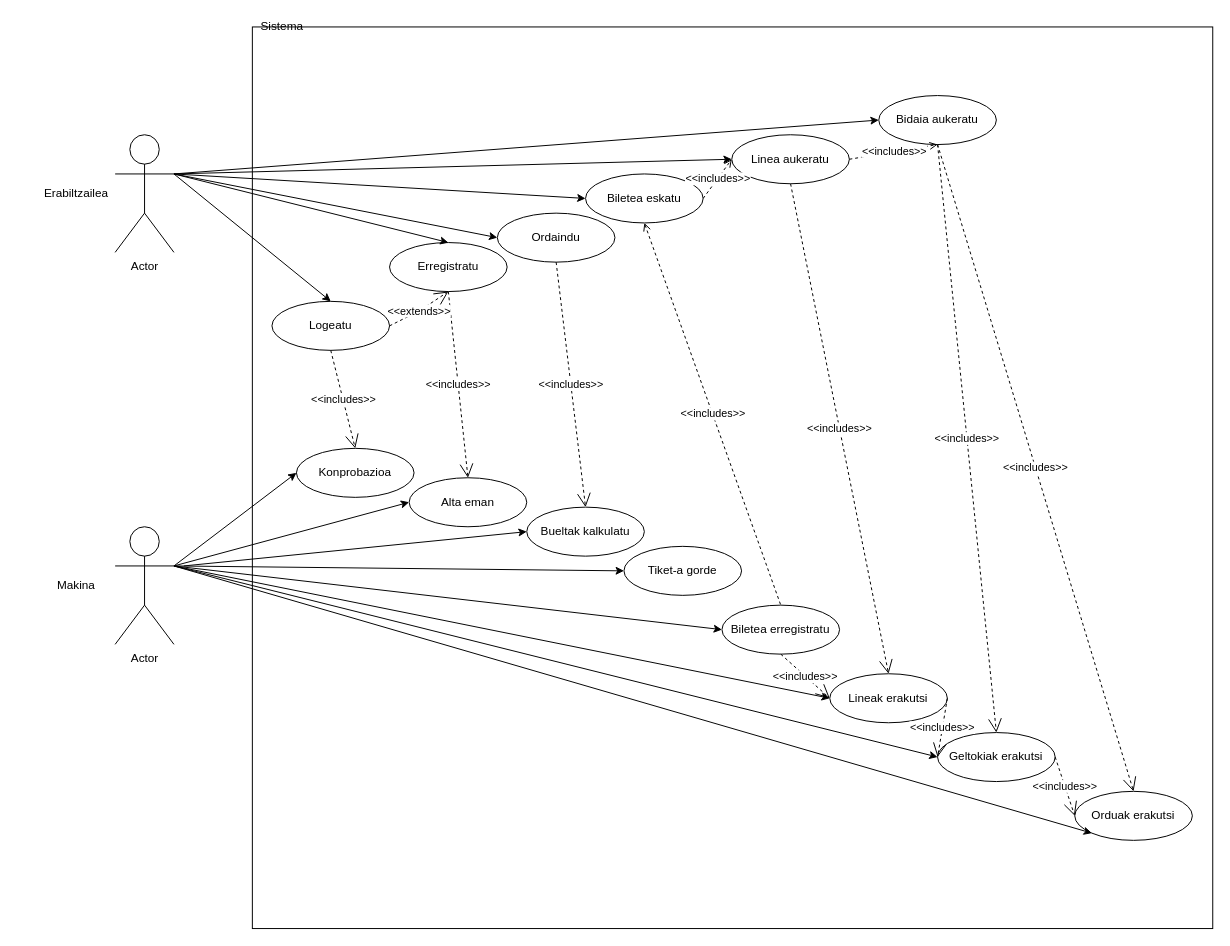
Earlier version of the draw.io diagram Documentacion/Garapen inguruneak/erabileraKasuak/erabili_kasua.drawio (PetaldoiPorramador/ErronkaBus). Source tidied: cells renumbered, new cells numbered last; positions are measured from the earlier drawing's top-left corner, leaving out a move shared by most shapes. Both pictures are drawn from the tidied source at 98%, with x=0, y=0 at pixel (36, 17).
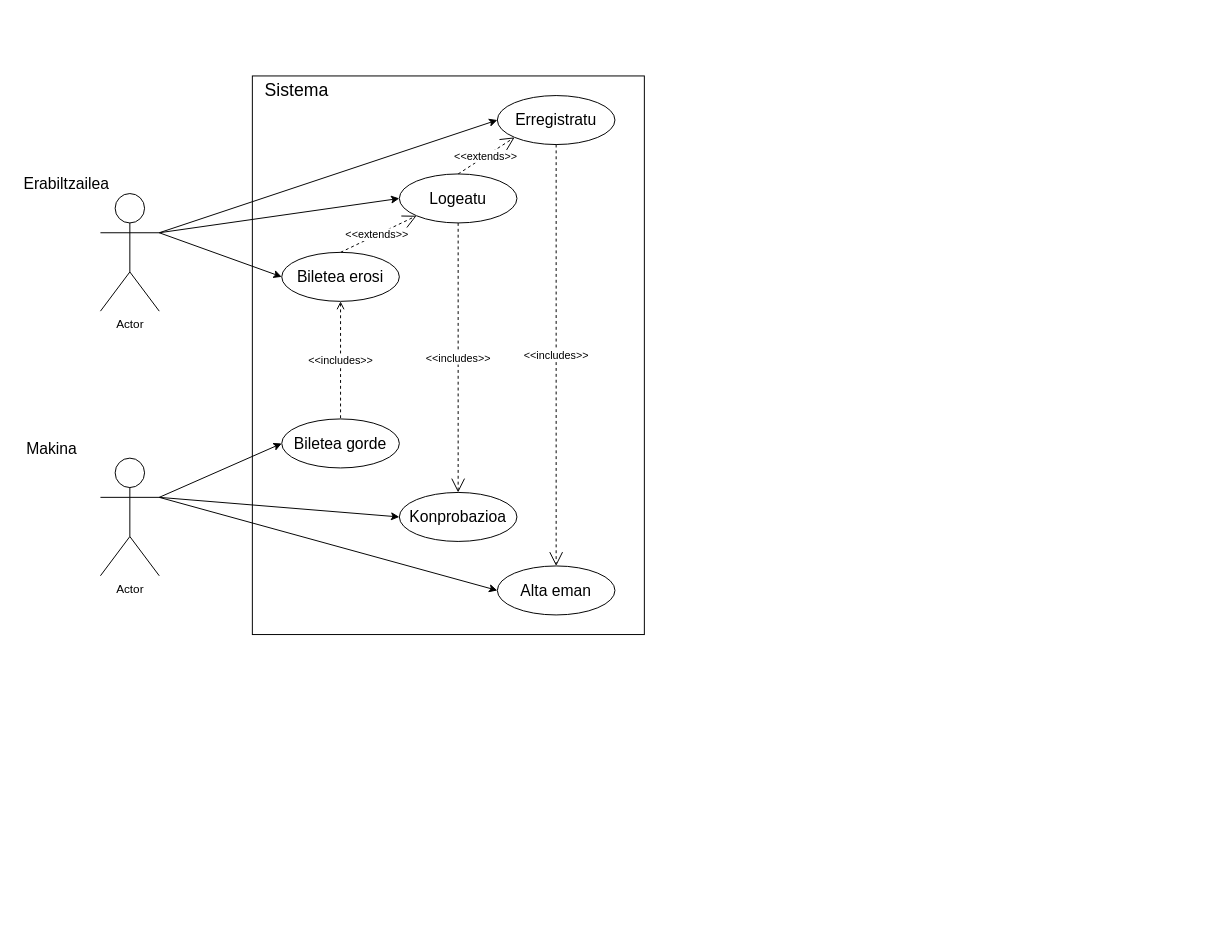
The same diagram, later.

Diff of the diagram source:
```diff
@@
     <mxCell id="2" style="rounded=0;whiteSpace=wrap;html=1;" parent="1" vertex="1">
-      <mxGeometry x="220" y="10" width="980" height="920" as="geometry" />
+      <mxGeometry x="220" y="60" width="400" height="570" as="geometry" />
     </mxCell>
     <mxCell id="3" value="Actor" style="shape=umlActor;verticalLabelPosition=bottom;verticalAlign=top;html=1;outlineConnect=0;" parent="1" vertex="1">
-      <mxGeometry x="80" y="120" width="60" height="120" as="geometry" />
+      <mxGeometry x="65" y="180" width="60" height="120" as="geometry" />
     </mxCell>
-    <mxCell id="4" value="Biletea eskatu" style="ellipse;whiteSpace=wrap;html=1;" parent="1" vertex="1">
-      <mxGeometry x="560" y="160" width="120" height="50" as="geometry" />
+    <mxCell id="4" value="&lt;font style=&quot;font-size: 16px&quot;&gt;Biletea erosi&lt;/font&gt;" style="ellipse;whiteSpace=wrap;html=1;" parent="1" vertex="1">
+      <mxGeometry x="250" y="240" width="120" height="50" as="geometry" />
     </mxCell>
-    <mxCell id="5" value="Logeatu&lt;br&gt;" style="ellipse;whiteSpace=wrap;html=1;" parent="1" vertex="1">
-      <mxGeometry x="240" y="290" width="120" height="50" as="geometry" />
+    <mxCell id="5" value="&lt;font style=&quot;font-size: 16px&quot;&gt;Logeatu&lt;/font&gt;" style="ellipse;whiteSpace=wrap;html=1;" parent="1" vertex="1">
+      <mxGeometry x="370" y="160" width="120" height="50" as="geometry" />
     </mxCell>
     <mxCell id="6" value="Actor" style="shape=umlActor;verticalLabelPosition=bottom;verticalAlign=top;html=1;outlineConnect=0;" parent="1" vertex="1">
-      <mxGeometry x="80" y="520" width="60" height="120" as="geometry" />
+      <mxGeometry x="65" y="450" width="60" height="120" as="geometry" />
     </mxCell>
-    <mxCell id="7" value="Alta eman" style="ellipse;whiteSpace=wrap;html=1;" parent="1" vertex="1">
-      <mxGeometry x="380" y="470" width="120" height="50" as="geometry" />
+    <mxCell id="7" value="&lt;font style=&quot;font-size: 16px&quot;&gt;Alta eman&lt;/font&gt;" style="ellipse;whiteSpace=wrap;html=1;" parent="1" vertex="1">
+      <mxGeometry x="470" y="560" width="120" height="50" as="geometry" />
     </mxCell>
-    <mxCell id="8" value="Konprobazioa" style="ellipse;whiteSpace=wrap;html=1;" parent="1" vertex="1">
-      <mxGeometry x="265" y="440" width="120" height="50" as="geometry" />
+    <mxCell id="8" value="&lt;font style=&quot;font-size: 16px&quot;&gt;Konprobazioa&lt;/font&gt;" style="ellipse;whiteSpace=wrap;html=1;" parent="1" vertex="1">
+      <mxGeometry x="370" y="485" width="120" height="50" as="geometry" />
     </mxCell>
-    <mxCell id="9" value="Erregistratu" style="ellipse;whiteSpace=wrap;html=1;" parent="1" vertex="1">
-      <mxGeometry x="360" y="230" width="120" height="50" as="geometry" />
+    <mxCell id="9" value="&lt;font style=&quot;font-size: 16px&quot;&gt;Erregistratu&lt;/font&gt;" style="ellipse;whiteSpace=wrap;html=1;" parent="1" vertex="1">
+      <mxGeometry x="470" y="80" width="120" height="50" as="geometry" />
     </mxCell>
@@
-    <mxCell id="11" value="Lineak erakutsi" style="ellipse;whiteSpace=wrap;html=1;" parent="1" vertex="1">
-      <mxGeometry x="809.2" y="670" width="120" height="50" as="geometry" />
-    </mxCell>
-    <mxCell id="12" value="Geltokiak erakutsi" style="ellipse;whiteSpace=wrap;html=1;" parent="1" vertex="1">
-      <mxGeometry x="919.2" y="730" width="120" height="50" as="geometry" />
-    </mxCell>
-    <mxCell id="13" value="Linea aukeratu" style="ellipse;whiteSpace=wrap;html=1;" parent="1" vertex="1">
-      <mxGeometry x="709.2" y="120" width="120" height="50" as="geometry" />
-    </mxCell>
-    <mxCell id="14" value="Bidaia aukeratu" style="ellipse;whiteSpace=wrap;html=1;" parent="1" vertex="1">
-      <mxGeometry x="859.2" y="80" width="120" height="50" as="geometry" />
-    </mxCell>
-    <mxCell id="15" value="Orduak erakutsi" style="ellipse;whiteSpace=wrap;html=1;" parent="1" vertex="1">
-      <mxGeometry x="1059.2" y="790" width="120" height="50" as="geometry" />
-    </mxCell>
-    <mxCell id="16" value="Ordaindu" style="ellipse;whiteSpace=wrap;html=1;" parent="1" vertex="1">
-      <mxGeometry x="470" y="200" width="120" height="50" as="geometry" />
-    </mxCell>
-    <mxCell id="17" value="Biletea erregistratu" style="ellipse;whiteSpace=wrap;html=1;" parent="1" vertex="1">
-      <mxGeometry x="699.2" y="600" width="120" height="50" as="geometry" />
+    <mxCell id="17" value="&lt;font style=&quot;font-size: 16px&quot;&gt;Biletea gorde&lt;/font&gt;" style="ellipse;whiteSpace=wrap;html=1;" parent="1" vertex="1">
+      <mxGeometry x="250" y="410" width="120" height="50" as="geometry" />
     </mxCell>
-    <mxCell id="18" value="Tiket-a gorde" style="ellipse;whiteSpace=wrap;html=1;" parent="1" vertex="1">
-      <mxGeometry x="599.2" y="540" width="120" height="50" as="geometry" />
-    </mxCell>
-    <mxCell id="19" value="Bueltak kalkulatu" style="ellipse;whiteSpace=wrap;html=1;" parent="1" vertex="1">
-      <mxGeometry x="500" y="500" width="120" height="50" as="geometry" />
-    </mxCell>
@@
-    <mxCell id="21" value="&amp;lt;&amp;lt;includes&amp;gt;&amp;gt;" style="endArrow=open;endSize=12;dashed=1;html=1;rounded=0;entryX=0.5;entryY=0;entryDx=0;entryDy=0;exitX=0.5;exitY=1;exitDx=0;exitDy=0;" parent="1" edge="1" source="13" target="11">
-      <mxGeometry relative="1" as="geometry" />
-    </mxCell>
-    <mxCell id="22" value="&amp;lt;&amp;lt;includes&amp;gt;&amp;gt;" style="endArrow=open;endSize=12;dashed=1;html=1;rounded=0;entryX=0.5;entryY=0;entryDx=0;entryDy=0;exitX=0.5;exitY=1;exitDx=0;exitDy=0;" parent="1" edge="1" source="14" target="12">
-      <mxGeometry relative="1" as="geometry" />
-    </mxCell>
-    <mxCell id="23" value="&amp;lt;&amp;lt;includes&amp;gt;&amp;gt;" style="endArrow=open;endSize=12;dashed=1;html=1;rounded=0;entryX=0.5;entryY=0;entryDx=0;entryDy=0;exitX=0.5;exitY=1;exitDx=0;exitDy=0;" parent="1" edge="1" source="14" target="15">
-      <mxGeometry relative="1" as="geometry" />
-    </mxCell>
-    <mxCell id="24" value="&amp;lt;&amp;lt;includes&amp;gt;&amp;gt;" style="endArrow=open;endSize=12;dashed=1;html=1;rounded=0;entryX=0.5;entryY=0;entryDx=0;entryDy=0;exitX=0.5;exitY=1;exitDx=0;exitDy=0;" parent="1" edge="1" source="16" target="19">
-      <mxGeometry relative="1" as="geometry" />
-    </mxCell>
@@
-    <mxCell id="27" value="&amp;lt;&amp;lt;extends&amp;gt;&amp;gt;" style="endArrow=open;endSize=12;dashed=1;html=1;rounded=0;exitX=1;exitY=0.5;exitDx=0;exitDy=0;entryX=0.5;entryY=1;entryDx=0;entryDy=0;startArrow=none;startFill=0;endFill=0;" parent="1" edge="1" source="5" target="9">
-      <mxGeometry x="-0.04" relative="1" as="geometry">
-        <Array as="points">
-          <mxPoint x="390" y="300" />
-        </Array>
-      </mxGeometry>
+    <mxCell id="27" value="&amp;lt;&amp;lt;extends&amp;gt;&amp;gt;" style="endArrow=open;endSize=12;dashed=1;html=1;rounded=0;entryX=0;entryY=1;entryDx=0;entryDy=0;startArrow=none;startFill=0;endFill=0;exitX=0.5;exitY=0;exitDx=0;exitDy=0;" parent="1" edge="1" source="5" target="9">
+      <mxGeometry x="-0.04" relative="1" as="geometry" />
     </mxCell>
-    <mxCell id="28" value="&amp;lt;&amp;lt;includes&amp;gt;&amp;gt;" style="endArrow=open;endSize=6;dashed=1;html=1;rounded=0;exitX=1;exitY=0.5;exitDx=0;exitDy=0;entryX=0;entryY=0.5;entryDx=0;entryDy=0;endFill=0;startArrow=none;startFill=0;" parent="1" edge="1" source="4" target="13">
-      <mxGeometry relative="1" as="geometry" />
-    </mxCell>
-    <mxCell id="29" value="&amp;lt;&amp;lt;includes&amp;gt;&amp;gt;" style="endArrow=open;endSize=6;dashed=1;html=1;rounded=0;exitX=1;exitY=0.5;exitDx=0;exitDy=0;entryX=0.5;entryY=1;entryDx=0;entryDy=0;startArrow=none;startFill=0;endFill=0;" parent="1" edge="1" source="13" target="14">
-      <mxGeometry relative="1" as="geometry" />
-    </mxCell>
-    <mxCell id="30" value="&amp;lt;&amp;lt;includes&amp;gt;&amp;gt;" style="endArrow=open;endSize=12;dashed=1;html=1;rounded=0;exitX=0.5;exitY=1;exitDx=0;exitDy=0;entryX=0;entryY=0.5;entryDx=0;entryDy=0;" parent="1" edge="1" source="17" target="11">
-      <mxGeometry relative="1" as="geometry" />
-    </mxCell>
-    <mxCell id="31" value="&amp;lt;&amp;lt;includes&amp;gt;&amp;gt;" style="endArrow=open;endSize=12;dashed=1;html=1;rounded=0;exitX=1;exitY=0.5;exitDx=0;exitDy=0;entryX=0;entryY=0.5;entryDx=0;entryDy=0;" parent="1" edge="1" source="11" target="12">
-      <mxGeometry relative="1" as="geometry" />
-    </mxCell>
-    <mxCell id="32" value="&amp;lt;&amp;lt;includes&amp;gt;&amp;gt;" style="endArrow=open;endSize=12;dashed=1;html=1;rounded=0;entryX=0;entryY=0.5;entryDx=0;entryDy=0;exitX=1;exitY=0.5;exitDx=0;exitDy=0;" parent="1" edge="1" source="12" target="15">
-      <mxGeometry relative="1" as="geometry" />
-    </mxCell>
-    <mxCell id="33" style="endArrow=classic;html=1;rounded=0;exitX=1;exitY=0.3333333333333333;exitDx=0;exitDy=0;exitPerimeter=0;entryX=0.5;entryY=0;entryDx=0;entryDy=0;" parent="1" edge="1" source="3" target="5">
+    <mxCell id="33" style="endArrow=classic;html=1;rounded=0;exitX=1;exitY=0.3333333333333333;exitDx=0;exitDy=0;exitPerimeter=0;entryX=0;entryY=0.5;entryDx=0;entryDy=0;" parent="1" edge="1" source="3" target="5">
       <mxGeometry relative="1" as="geometry" />
     </mxCell>
-    <mxCell id="34" style="endArrow=classic;html=1;rounded=0;exitX=1;exitY=0.3333333333333333;exitDx=0;exitDy=0;exitPerimeter=0;entryX=0.5;entryY=0;entryDx=0;entryDy=0;" parent="1" edge="1" source="3" target="9">
+    <mxCell id="34" style="endArrow=classic;html=1;rounded=0;exitX=1;exitY=0.3333333333333333;exitDx=0;exitDy=0;exitPerimeter=0;entryX=0;entryY=0.5;entryDx=0;entryDy=0;" parent="1" edge="1" source="3" target="9">
       <mxGeometry relative="1" as="geometry" />
     </mxCell>
-    <mxCell id="35" style="endArrow=classic;html=1;rounded=0;exitX=1;exitY=0.3333333333333333;exitDx=0;exitDy=0;exitPerimeter=0;entryX=0;entryY=0.5;entryDx=0;entryDy=0;" parent="1" edge="1" target="4">
-      <mxGeometry relative="1" as="geometry">
-        <mxPoint x="140" y="160" as="sourcePoint" />
-      </mxGeometry>
+    <mxCell id="35" style="endArrow=classic;html=1;rounded=0;exitX=1;exitY=0.3333333333333333;exitDx=0;exitDy=0;exitPerimeter=0;entryX=0;entryY=0.5;entryDx=0;entryDy=0;" parent="1" edge="1" source="3" target="4">
+      <mxGeometry relative="1" as="geometry" />
     </mxCell>
-    <mxCell id="36" style="endArrow=classic;html=1;rounded=0;exitX=1;exitY=0.3333333333333333;exitDx=0;exitDy=0;exitPerimeter=0;entryX=0;entryY=0.5;entryDx=0;entryDy=0;" parent="1" edge="1" target="13">
-      <mxGeometry relative="1" as="geometry">
-        <mxPoint x="140" y="160" as="sourcePoint" />
-      </mxGeometry>
-    </mxCell>
-    <mxCell id="37" style="endArrow=classic;html=1;rounded=0;entryX=0;entryY=0.5;entryDx=0;entryDy=0;" parent="1" edge="1" target="14">
-      <mxGeometry relative="1" as="geometry">
-        <mxPoint x="140" y="160" as="sourcePoint" />
-      </mxGeometry>
-    </mxCell>
-    <mxCell id="38" style="endArrow=classic;html=1;rounded=0;entryX=0;entryY=0.5;entryDx=0;entryDy=0;" parent="1" edge="1" target="16">
-      <mxGeometry relative="1" as="geometry">
-        <mxPoint x="140" y="160" as="sourcePoint" />
-      </mxGeometry>
-    </mxCell>
-    <mxCell id="39" style="endArrow=classic;html=1;rounded=0;exitX=1;exitY=0.3333333333333333;exitDx=0;exitDy=0;exitPerimeter=0;entryX=0;entryY=0.5;entryDx=0;entryDy=0;" parent="1" edge="1" target="8">
-      <mxGeometry relative="1" as="geometry">
-        <mxPoint x="140" y="560" as="sourcePoint" />
-      </mxGeometry>
+    <mxCell id="39" style="endArrow=classic;html=1;rounded=0;exitX=1;exitY=0.3333333333333333;exitDx=0;exitDy=0;exitPerimeter=0;entryX=0;entryY=0.5;entryDx=0;entryDy=0;" parent="1" edge="1" source="6" target="8">
+      <mxGeometry relative="1" as="geometry" />
     </mxCell>
-    <mxCell id="40" style="endArrow=classic;html=1;rounded=0;entryX=0;entryY=0.5;entryDx=0;entryDy=0;" parent="1" edge="1" target="7">
-      <mxGeometry relative="1" as="geometry">
-        <mxPoint x="140" y="560" as="sourcePoint" />
-      </mxGeometry>
+    <mxCell id="40" style="endArrow=classic;html=1;rounded=0;entryX=0;entryY=0.5;entryDx=0;entryDy=0;exitX=1;exitY=0.3333333333333333;exitDx=0;exitDy=0;exitPerimeter=0;" parent="1" edge="1" source="6" target="7">
+      <mxGeometry relative="1" as="geometry" />
     </mxCell>
-    <mxCell id="41" style="endArrow=classic;html=1;rounded=0;entryX=0;entryY=0.5;entryDx=0;entryDy=0;exitX=1;exitY=0.3333333333333333;exitDx=0;exitDy=0;exitPerimeter=0;" parent="1" edge="1" source="6" target="18">
-      <mxGeometry relative="1" as="geometry" />
-    </mxCell>
@@
-    <mxCell id="43" style="endArrow=classic;html=1;rounded=0;exitX=1;exitY=0.3333333333333333;exitDx=0;exitDy=0;exitPerimeter=0;entryX=0;entryY=0.5;entryDx=0;entryDy=0;" parent="1" edge="1" source="6" target="11">
-      <mxGeometry relative="1" as="geometry" />
-    </mxCell>
-    <mxCell id="44" style="endArrow=classic;html=1;rounded=0;exitX=1;exitY=0.3333333333333333;exitDx=0;exitDy=0;exitPerimeter=0;entryX=0;entryY=0.5;entryDx=0;entryDy=0;" parent="1" edge="1" source="6" target="12">
-      <mxGeometry relative="1" as="geometry" />
-    </mxCell>
-    <mxCell id="45" style="endArrow=classic;html=1;rounded=0;entryX=0;entryY=1;entryDx=0;entryDy=0;" parent="1" edge="1" target="15">
-      <mxGeometry relative="1" as="geometry">
-        <mxPoint x="140" y="560" as="sourcePoint" />
-      </mxGeometry>
-    </mxCell>
-    <mxCell id="46" style="endArrow=classic;html=1;rounded=0;entryX=0;entryY=0.5;entryDx=0;entryDy=0;" parent="1" edge="1" target="19">
-      <mxGeometry relative="1" as="geometry">
-        <mxPoint x="150" y="560" as="sourcePoint" />
-      </mxGeometry>
-    </mxCell>
-    <mxCell id="47" value="Erabiltzailea" style="text;html=1;align=center;verticalAlign=middle;strokeColor=none;fillColor=none;" parent="1" vertex="1">
-      <mxGeometry y="170" width="80" height="20" as="geometry" />
+    <mxCell id="47" value="Erabiltzailea" style="text;html=1;align=center;verticalAlign=middle;strokeColor=none;fillColor=none;fontSize=16;" parent="1" vertex="1">
+      <mxGeometry x="-20" y="160" width="100" height="20" as="geometry" />
     </mxCell>
-    <mxCell id="48" value="Makina" style="text;html=1;align=center;verticalAlign=middle;strokeColor=none;fillColor=none;" parent="1" vertex="1">
-      <mxGeometry x="15" y="570" width="50" height="20" as="geometry" />
+    <mxCell id="48" value="Makina" style="text;html=1;align=center;verticalAlign=middle;strokeColor=none;fillColor=none;fontSize=16;" parent="1" vertex="1">
+      <mxGeometry x="-20" y="430" width="70" height="20" as="geometry" />
     </mxCell>
-    <mxCell id="49" value="Sistema" style="text;html=1;align=center;verticalAlign=middle;strokeColor=none;fillColor=none;" parent="1" vertex="1">
-      <mxGeometry x="220" width="60" height="20" as="geometry" />
+    <mxCell id="49" value="Sistema" style="text;html=1;align=center;verticalAlign=middle;strokeColor=none;fillColor=none;fontSize=18;" parent="1" vertex="1">
+      <mxGeometry x="225" y="60" width="80" height="30" as="geometry" />
     </mxCell>
+    <mxCell id="50" value="&amp;lt;&amp;lt;extends&amp;gt;&amp;gt;" style="endArrow=open;endSize=12;dashed=1;html=1;rounded=0;entryX=0;entryY=1;entryDx=0;entryDy=0;startArrow=none;startFill=0;endFill=0;exitX=0.5;exitY=0;exitDx=0;exitDy=0;" parent="1" edge="1" source="4" target="5">
+      <mxGeometry x="-0.04" relative="1" as="geometry" />
+    </mxCell>
```
